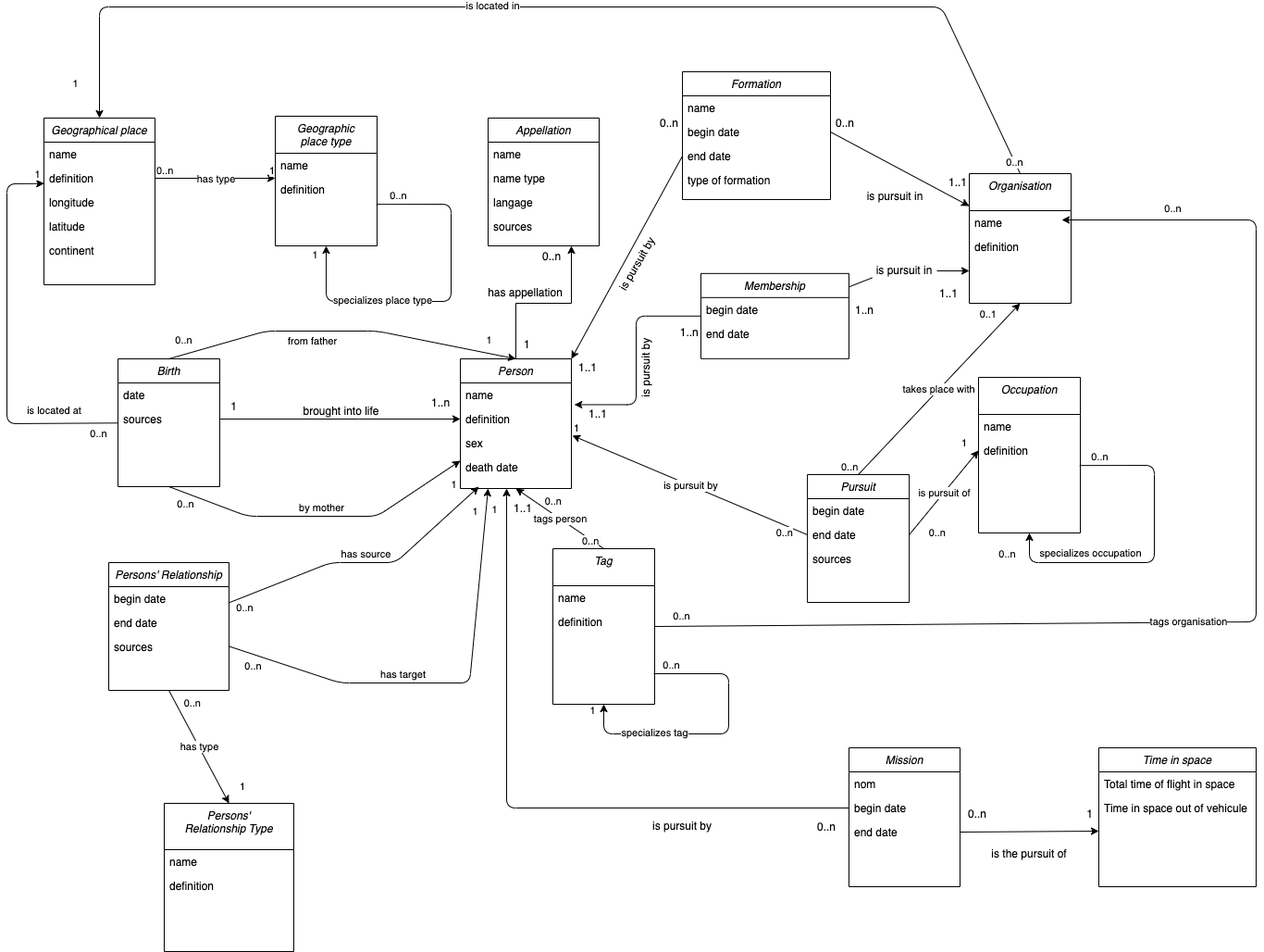
projhistoire/Projet-Histoire keeps this draw.io diagram as MCD_to_database_example.png. Above is the earlier version. Source tidied: cells renumbered, new cells last; positions are measured from the earlier drawing's top-left corner, leaving out a move shared by most shapes.
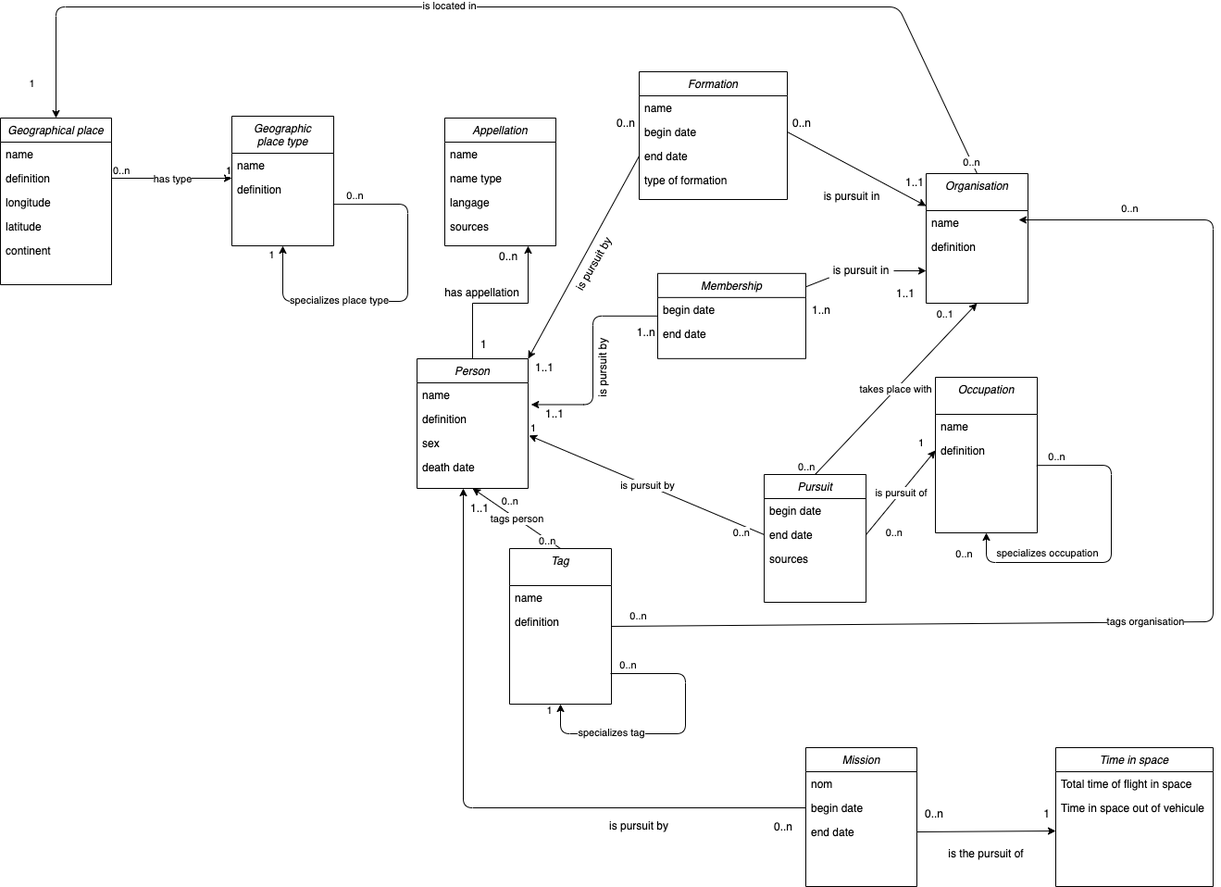
After the commit.

Commit message:
Modèle conceptuel à jour avec PNG

Change to the diagram source:
```diff
@@ -2,29 +2,6 @@
   <root>
     <mxCell id="0" />
     <mxCell id="1" parent="0" />
-    <mxCell id="2" style="endArrow=classic;shadow=0;strokeWidth=1;rounded=0;endFill=1;edgeStyle=elbowEdgeStyle;elbow=vertical;exitX=1;exitY=0.5;exitDx=0;exitDy=0;entryX=0;entryY=0.5;entryDx=0;entryDy=0;" parent="1" edge="1" source="13" target="8">
-      <mxGeometry x="0.5" y="41" relative="1" as="geometry">
-        <Array as="points">
-          <mxPoint x="380" y="445" />
-        </Array>
-        <mxPoint x="-40" y="32" as="offset" />
-      </mxGeometry>
-    </mxCell>
-    <mxCell id="3" value="1" style="align=left;verticalAlign=bottom;labelBackgroundColor=none;fontSize=12;" parent="2" vertex="1">
-      <mxGeometry x="-1" relative="1" as="geometry">
-        <mxPoint x="10.1" y="-5.3" as="offset" />
-      </mxGeometry>
-    </mxCell>
-    <mxCell id="4" value="1..n" style="align=right;verticalAlign=bottom;labelBackgroundColor=none;fontSize=12;" parent="2" vertex="1">
-      <mxGeometry x="1" relative="1" as="geometry">
-        <mxPoint x="-9.9" y="-8.9" as="offset" />
-      </mxGeometry>
-    </mxCell>
-    <mxCell id="5" value="brought into life" style="text;html=1;align=center;verticalAlign=middle;labelBackgroundColor=none;rounded=0;shadow=0;strokeWidth=1;fontSize=12;" parent="2" vertex="1">
-      <mxGeometry x="0.5" y="49" relative="1" as="geometry">
-        <mxPoint x="-65" y="40.1" as="offset" />
-      </mxGeometry>
-    </mxCell>
     <mxCell id="6" value="Person" style="swimlane;fontStyle=2;align=center;verticalAlign=top;horizontal=1;startSize=26;rounded=0;shadow=0;strokeWidth=1;" parent="1" vertex="1">
       <mxGeometry x="490" y="380" width="120" height="140" as="geometry" />
     </mxCell>
@@ -40,18 +17,6 @@
     <mxCell id="10" value="death date" style="text;align=left;verticalAlign=top;spacingLeft=4;spacingRight=4;overflow=hidden;rounded=0;shadow=0;html=0;" parent="6" vertex="1">
       <mxGeometry y="104" width="120" height="26" as="geometry" />
     </mxCell>
-    <mxCell id="11" value="Birth" style="swimlane;fontStyle=2;align=center;verticalAlign=top;horizontal=1;startSize=26;rounded=0;shadow=0;strokeWidth=1;" parent="1" vertex="1">
-      <mxGeometry x="120" y="380" width="110" height="138" as="geometry" />
-    </mxCell>
-    <mxCell id="12" value="date" style="text;align=left;verticalAlign=top;spacingLeft=4;spacingRight=4;overflow=hidden;" parent="11" vertex="1">
-      <mxGeometry y="26" width="110" height="26" as="geometry" />
-    </mxCell>
-    <mxCell id="13" value="sources" style="text;align=left;verticalAlign=top;spacingLeft=4;spacingRight=4;overflow=hidden;points=[[0,0.5],[1,0.5]];portConstraint=eastwest;rounded=0;shadow=0;html=0;" parent="11" vertex="1">
-      <mxGeometry y="52" width="110" height="26" as="geometry" />
-    </mxCell>
-    <mxCell id="14" style="edgeStyle=elbowEdgeStyle;rounded=0;orthogonalLoop=1;jettySize=auto;elbow=vertical;html=1;exitX=0;exitY=0.5;exitDx=0;exitDy=0;" parent="11" edge="1" source="13" target="13">
-      <mxGeometry relative="1" as="geometry" />
-    </mxCell>
     <mxCell id="15" value="Appellation" style="swimlane;fontStyle=2;align=center;verticalAlign=top;horizontal=1;startSize=26;rounded=0;shadow=0;strokeWidth=1;" parent="1" vertex="1">
       <mxGeometry x="520" y="120" width="120" height="138" as="geometry" />
     </mxCell>
@@ -122,52 +87,6 @@
     <mxCell id="33" value="1" style="edgeLabel;html=1;align=right;verticalAlign=bottom;" parent="30" vertex="1">
       <mxGeometry x="1" relative="1" as="geometry" />
     </mxCell>
-    <mxCell id="34" style="endArrow=classic;html=1;entryX=0.002;entryY=0.721;entryDx=0;entryDy=0;entryPerimeter=0;" parent="1" edge="1" source="11" target="26">
-      <mxGeometry relative="1" as="geometry">
-        <Array as="points">
-          <mxPoint y="450" />
-          <mxPoint y="191" />
-        </Array>
-      </mxGeometry>
-    </mxCell>
-    <mxCell id="35" value="is located at" style="edgeLabel;html=1;align=center;verticalAlign=middle;" parent="34" vertex="1">
-      <mxGeometry relative="1" as="geometry">
-        <mxPoint x="50" y="75" as="offset" />
-      </mxGeometry>
-    </mxCell>
-    <mxCell id="36" value="1" style="edgeLabel;html=1;align=center;verticalAlign=middle;" parent="34" vertex="1">
-      <mxGeometry x="0.89" y="-1" relative="1" as="geometry">
-        <mxPoint x="15.6" y="-11.7" as="offset" />
-      </mxGeometry>
-    </mxCell>
-    <mxCell id="37" value="0..n" style="edgeLabel;html=1;align=center;verticalAlign=middle;" parent="34" vertex="1">
-      <mxGeometry x="-0.88" y="-1" relative="1" as="geometry">
-        <mxPoint x="4" y="12" as="offset" />
-      </mxGeometry>
-    </mxCell>
-    <mxCell id="38" style="endArrow=classic;html=1;exitX=0.5;exitY=1;exitDx=0;exitDy=0;" parent="1" edge="1" source="11" target="6">
-      <mxGeometry relative="1" as="geometry">
-        <Array as="points">
-          <mxPoint x="260" y="550" />
-          <mxPoint x="400" y="550" />
-        </Array>
-      </mxGeometry>
-    </mxCell>
-    <mxCell id="39" value="by mother" style="edgeLabel;html=1;align=center;verticalAlign=middle;" parent="38" vertex="1">
-      <mxGeometry relative="1" as="geometry">
-        <mxPoint x="1" y="-10" as="offset" />
-      </mxGeometry>
-    </mxCell>
-    <mxCell id="40" value="1" style="edgeLabel;html=1;align=center;verticalAlign=middle;" parent="38" vertex="1">
-      <mxGeometry x="0.89" y="-1" relative="1" as="geometry">
-        <mxPoint x="7.5" y="14" as="offset" />
-      </mxGeometry>
-    </mxCell>
-    <mxCell id="41" value="0..n" style="edgeLabel;html=1;align=center;verticalAlign=middle;" parent="38" vertex="1">
-      <mxGeometry x="-0.88" y="-1" relative="1" as="geometry">
-        <mxPoint x="-0.8" y="11" as="offset" />
-      </mxGeometry>
-    </mxCell>
     <mxCell id="42" value="Tag" style="swimlane;fontStyle=2;align=center;verticalAlign=top;horizontal=1;startSize=40;rounded=0;shadow=0;strokeWidth=1;" parent="1" vertex="1">
       <mxGeometry x="590" y="585" width="110" height="168" as="geometry" />
     </mxCell>
@@ -296,46 +215,6 @@
         <mxPoint x="50" y="22" as="offset" />
       </mxGeometry>
     </mxCell>
-    <mxCell id="73" value="Persons' Relationship" style="swimlane;fontStyle=2;align=center;verticalAlign=top;horizontal=1;startSize=26;rounded=0;shadow=0;strokeWidth=1;" parent="1" vertex="1">
-      <mxGeometry x="110" y="600" width="130" height="138" as="geometry" />
-    </mxCell>
-    <mxCell id="74" value="begin date" style="text;align=left;verticalAlign=top;spacingLeft=4;spacingRight=4;overflow=hidden;" parent="73" vertex="1">
-      <mxGeometry y="26" width="130" height="26" as="geometry" />
-    </mxCell>
-    <mxCell id="75" value="end date" style="text;align=left;verticalAlign=top;spacingLeft=4;spacingRight=4;overflow=hidden;points=[[0,0.5],[1,0.5]];portConstraint=eastwest;rounded=0;shadow=0;html=0;" parent="73" vertex="1">
-      <mxGeometry y="52" width="130" height="26" as="geometry" />
-    </mxCell>
-    <mxCell id="76" style="edgeStyle=elbowEdgeStyle;rounded=0;orthogonalLoop=1;jettySize=auto;elbow=vertical;html=1;exitX=0;exitY=0.5;exitDx=0;exitDy=0;" parent="73" edge="1" source="75" target="75">
-      <mxGeometry relative="1" as="geometry" />
-    </mxCell>
-    <mxCell id="77" value="sources" style="text;align=left;verticalAlign=top;spacingLeft=4;spacingRight=4;overflow=hidden;rounded=0;shadow=0;html=0;" parent="73" vertex="1">
-      <mxGeometry y="78" width="130" height="26" as="geometry" />
-    </mxCell>
-    <mxCell id="78" style="endArrow=classic;html=1;exitX=0.5;exitY=1;exitDx=0;exitDy=0;entryX=0.5;entryY=0;entryDx=0;entryDy=0;" parent="1" edge="1" source="73" target="82">
-      <mxGeometry x="0.14" y="-42" relative="1" as="geometry" />
-    </mxCell>
-    <mxCell id="79" value="has type" style="edgeLabel;html=1;align=center;verticalAlign=middle;" parent="78" vertex="1">
-      <mxGeometry relative="1" as="geometry" />
-    </mxCell>
-    <mxCell id="80" value="1" style="edgeLabel;html=1;align=left;verticalAlign=bottom;" parent="78" vertex="1">
-      <mxGeometry x="-1" relative="1" as="geometry">
-        <mxPoint x="75" y="112" as="offset" />
-      </mxGeometry>
-    </mxCell>
-    <mxCell id="81" value="0..n" style="edgeLabel;html=1;align=right;verticalAlign=bottom;" parent="78" vertex="1">
-      <mxGeometry x="1" relative="1" as="geometry">
-        <mxPoint x="-30" y="-100" as="offset" />
-      </mxGeometry>
-    </mxCell>
-    <mxCell id="82" value="Persons' &#10;Relationship Type" style="swimlane;fontStyle=2;align=center;verticalAlign=top;horizontal=1;startSize=50;rounded=0;shadow=0;strokeWidth=1;" parent="1" vertex="1">
-      <mxGeometry x="170" y="860" width="140" height="160" as="geometry" />
-    </mxCell>
-    <mxCell id="83" value="name" style="text;align=left;verticalAlign=top;spacingLeft=4;spacingRight=4;overflow=hidden;" parent="82" vertex="1">
-      <mxGeometry y="50" width="140" height="26" as="geometry" />
-    </mxCell>
-    <mxCell id="84" value="definition" style="text;align=left;verticalAlign=top;spacingLeft=4;spacingRight=4;overflow=hidden;rounded=0;shadow=0;html=0;" parent="82" vertex="1">
-      <mxGeometry y="76" width="140" height="26" as="geometry" />
-    </mxCell>
     <mxCell id="85" value="Geographic&#10;place type" style="swimlane;fontStyle=2;align=center;verticalAlign=top;horizontal=1;startSize=40;rounded=0;shadow=0;strokeWidth=1;" parent="1" vertex="1">
       <mxGeometry x="290" y="118" width="110" height="140" as="geometry" />
     </mxCell>
@@ -438,76 +317,6 @@
         <mxPoint x="-48.5" y="-12" as="offset" />
       </mxGeometry>
     </mxCell>
-    <mxCell id="106" style="endArrow=classic;html=1;exitX=0.5;exitY=0;exitDx=0;exitDy=0;entryX=0.5;entryY=0;entryDx=0;entryDy=0;" parent="1" edge="1" source="11" target="6">
-      <mxGeometry relative="1" as="geometry">
-        <Array as="points">
-          <mxPoint x="280" y="350" />
-          <mxPoint x="400" y="350" />
-        </Array>
-      </mxGeometry>
-    </mxCell>
-    <mxCell id="107" value="from father" style="edgeLabel;html=1;align=center;verticalAlign=middle;" parent="106" vertex="1">
-      <mxGeometry relative="1" as="geometry">
-        <mxPoint x="-32" y="10" as="offset" />
-      </mxGeometry>
-    </mxCell>
-    <mxCell id="108" value="1" style="edgeLabel;html=1;align=center;verticalAlign=middle;" parent="106" vertex="1">
-      <mxGeometry x="0.89" y="-1" relative="1" as="geometry">
-        <mxPoint x="-9" y="-17" as="offset" />
-      </mxGeometry>
-    </mxCell>
-    <mxCell id="109" value="0..n" style="edgeLabel;html=1;align=center;verticalAlign=middle;" parent="106" vertex="1">
-      <mxGeometry x="-0.88" y="-1" relative="1" as="geometry">
-        <mxPoint x="-7" y="-15" as="offset" />
-      </mxGeometry>
-    </mxCell>
-    <mxCell id="110" style="endArrow=classic;html=1;entryX=0.25;entryY=1;entryDx=0;entryDy=0;" parent="1" edge="1" source="73" target="6">
-      <mxGeometry relative="1" as="geometry">
-        <Array as="points">
-          <mxPoint x="360" y="730" />
-          <mxPoint x="500" y="730" />
-        </Array>
-      </mxGeometry>
-    </mxCell>
-    <mxCell id="111" value="has target" style="edgeLabel;html=1;align=center;verticalAlign=middle;" parent="110" vertex="1">
-      <mxGeometry relative="1" as="geometry">
-        <mxPoint x="-45" y="-10" as="offset" />
-      </mxGeometry>
-    </mxCell>
-    <mxCell id="112" value="1" style="edgeLabel;html=1;align=center;verticalAlign=middle;" parent="110" vertex="1">
-      <mxGeometry x="0.89" y="-1" relative="1" as="geometry">
-        <mxPoint x="8" y="-4" as="offset" />
-      </mxGeometry>
-    </mxCell>
-    <mxCell id="113" value="0..n" style="edgeLabel;html=1;align=center;verticalAlign=middle;" parent="110" vertex="1">
-      <mxGeometry x="-0.88" y="-1" relative="1" as="geometry">
-        <mxPoint x="-0.8" y="11" as="offset" />
-      </mxGeometry>
-    </mxCell>
-    <mxCell id="114" style="endArrow=classic;html=1;" parent="1" edge="1" source="73">
-      <mxGeometry relative="1" as="geometry">
-        <mxPoint x="510" y="518" as="targetPoint" />
-        <Array as="points">
-          <mxPoint x="350" y="600" />
-          <mxPoint x="420" y="600" />
-        </Array>
-      </mxGeometry>
-    </mxCell>
-    <mxCell id="115" value="has source" style="edgeLabel;html=1;align=center;verticalAlign=middle;" parent="114" vertex="1">
-      <mxGeometry relative="1" as="geometry">
-        <mxPoint x="1" y="-10" as="offset" />
-      </mxGeometry>
-    </mxCell>
-    <mxCell id="116" value="1" style="edgeLabel;html=1;align=center;verticalAlign=middle;" parent="114" vertex="1">
-      <mxGeometry x="0.89" y="-1" relative="1" as="geometry">
-        <mxPoint x="7.5" y="14" as="offset" />
-      </mxGeometry>
-    </mxCell>
-    <mxCell id="117" value="0..n" style="edgeLabel;html=1;align=center;verticalAlign=middle;" parent="114" vertex="1">
-      <mxGeometry x="-0.88" y="-1" relative="1" as="geometry">
-        <mxPoint x="-0.8" y="11" as="offset" />
-      </mxGeometry>
-    </mxCell>
     <mxCell id="118" value="Formation" style="swimlane;fontStyle=2;align=center;verticalAlign=top;horizontal=1;startSize=26;rounded=0;shadow=0;strokeWidth=1;" parent="1" vertex="1">
       <mxGeometry x="730" y="70" width="160" height="138" as="geometry" />
     </mxCell>
```
